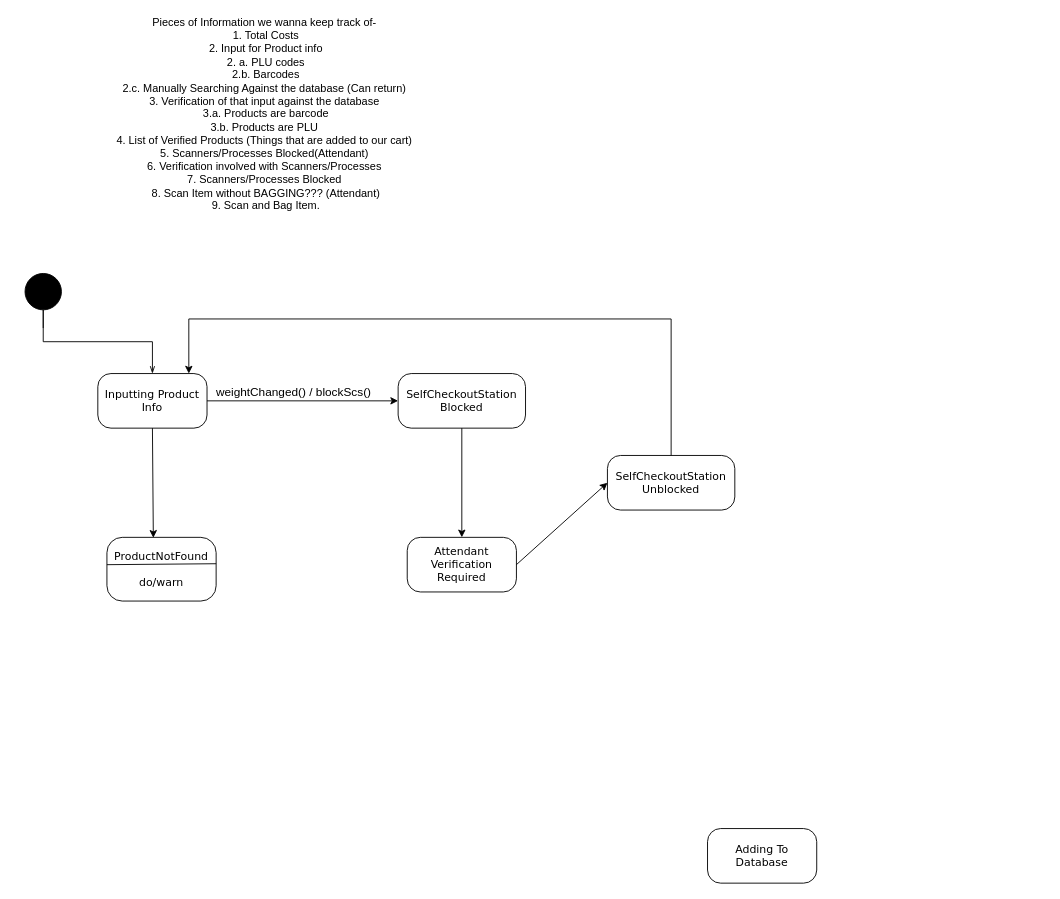
adam-25/Self-Checkout-System keeps this draw.io diagram as page "Scanning/Bagging" (2 of 3) of Diagrams/StateDiagrams/Untitled Diagram.drawio. Above is the earlier version. Source tidied: cells renumbered, new cells numbered last; positions are measured from the earlier drawing's top-left corner, leaving out a move shared by most shapes. Both pictures are drawn from the tidied source at 91%, with x=0, y=0 at pixel (15, 27).
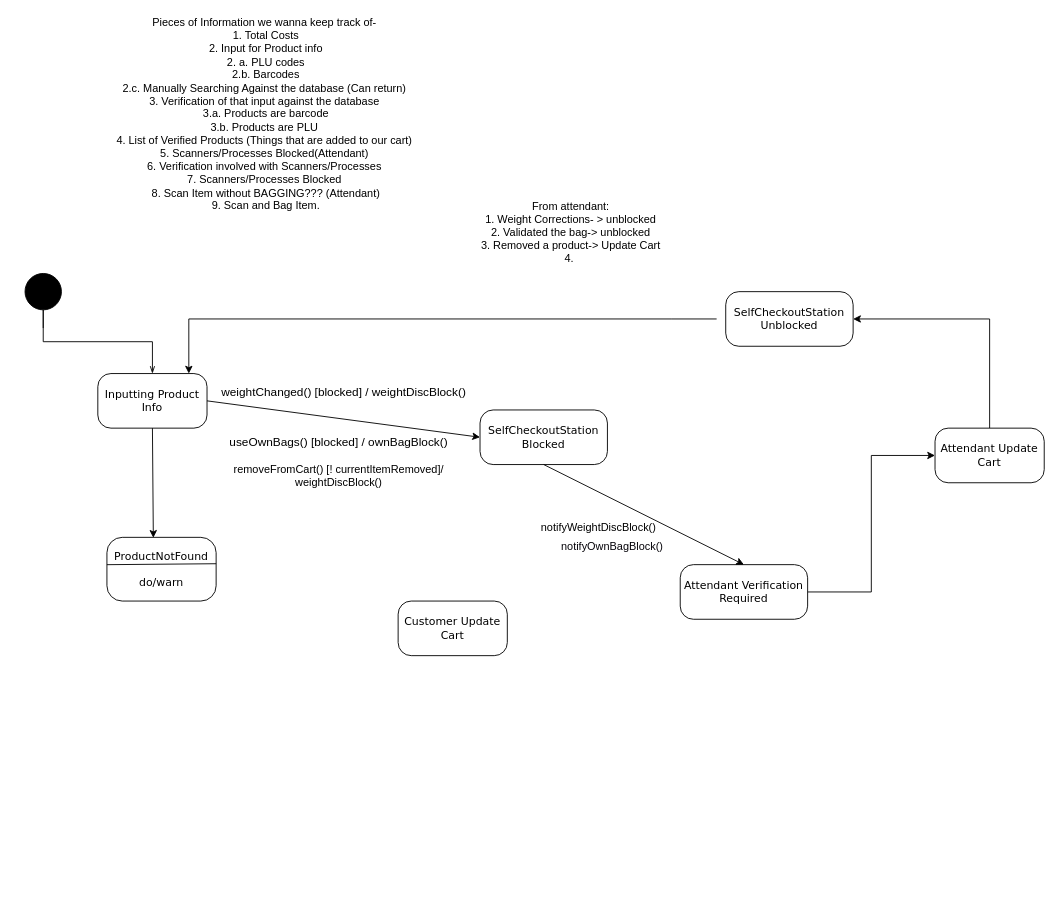
The same diagram, later.

What changed in the source:
```diff
@@
+    <mxCell id="18" style="edgeStyle=orthogonalEdgeStyle;rounded=0;jettySize=auto;html=1;exitX=0.5;exitY=0;exitDx=0;exitDy=0;entryX=1;entryY=0.5;entryDx=0;entryDy=0;fontColor=#06040A;" parent="1" edge="1" source="2" target="12">
+      <mxGeometry relative="1" as="geometry" />
+    </mxCell>
-    <mxCell id="2" value="Adding To Database" style="rounded=1;whiteSpace=wrap;html=1;arcSize=24;shadow=0;comic=0;labelBackgroundColor=none;fontFamily=Verdana;fontSize=12;align=center;" parent="1" vertex="1">
-      <mxGeometry x="760" y="880" width="120" height="60" as="geometry" />
+    <mxCell id="2" value="Attendant Update Cart" style="rounded=1;whiteSpace=wrap;html=1;arcSize=24;shadow=0;comic=0;labelBackgroundColor=none;fontFamily=Verdana;fontSize=12;align=center;" parent="1" vertex="1">
+      <mxGeometry x="1010" y="440" width="120" height="60" as="geometry" />
     </mxCell>
@@
     <mxCell id="4" value="SelfCheckoutStation Blocked" style="rounded=1;whiteSpace=wrap;html=1;arcSize=24;shadow=0;comic=0;labelBackgroundColor=none;fontFamily=Verdana;fontSize=12;align=center;" parent="1" vertex="1">
-      <mxGeometry x="420" y="380" width="140" height="60" as="geometry" />
+      <mxGeometry x="510" y="420" width="140" height="60" as="geometry" />
     </mxCell>
@@
+    <mxCell id="19" style="edgeStyle=orthogonalEdgeStyle;rounded=0;jettySize=auto;html=1;exitX=1;exitY=0.5;exitDx=0;exitDy=0;entryX=0;entryY=0.5;entryDx=0;entryDy=0;fontColor=#06040A;" parent="1" edge="1" source="11" target="2">
+      <mxGeometry relative="1" as="geometry" />
+    </mxCell>
     <mxCell id="11" value="Attendant Verification Required" style="rounded=1;whiteSpace=wrap;html=1;arcSize=24;shadow=0;comic=0;labelBackgroundColor=none;fontFamily=Verdana;fontSize=12;align=center;" parent="1" vertex="1">
-      <mxGeometry x="430" y="560" width="120" height="60" as="geometry" />
+      <mxGeometry x="730" y="590" width="140" height="60" as="geometry" />
     </mxCell>
     <mxCell id="12" value="SelfCheckoutStation Unblocked" style="rounded=1;whiteSpace=wrap;html=1;arcSize=24;shadow=0;comic=0;labelBackgroundColor=none;fontFamily=Verdana;fontSize=12;align=center;" parent="1" vertex="1">
-      <mxGeometry x="650" y="470" width="140" height="60" as="geometry" />
+      <mxGeometry x="780" y="290" width="140" height="60" as="geometry" />
     </mxCell>
@@
-    <mxCell id="15" style="endArrow=classic;html=1;rounded=0;fontSize=13;exitX=1;exitY=0.5;exitDx=0;exitDy=0;entryX=0;entryY=0.5;entryDx=0;entryDy=0;" parent="1" edge="1" source="11" target="12">
-      <mxGeometry relative="1" as="geometry" />
-    </mxCell>
-    <mxCell id="16" style="endArrow=classic;html=1;rounded=0;fontSize=13;" parent="1" edge="1" source="12">
+    <mxCell id="16" style="endArrow=classic;html=1;rounded=0;fontSize=13;" parent="1" edge="1">
       <mxGeometry relative="1" as="geometry">
+        <mxPoint x="770" y="320" as="sourcePoint" />
         <mxPoint x="190" y="380" as="targetPoint" />
         <Array as="points">
           <mxPoint x="720" y="320" />
           <mxPoint x="190" y="320" />
         </Array>
       </mxGeometry>
     </mxCell>
-    <mxCell id="17" value="weightChanged() / blockScs()" style="text;html=1;align=center;verticalAlign=middle;strokeColor=none;fillColor=none;fontSize=13;" parent="1" vertex="1">
-      <mxGeometry x="210" y="390" width="190" height="20" as="geometry" />
+    <mxCell id="17" value="weightChanged() [blocked] / weightDiscBlock()" style="text;html=1;align=center;verticalAlign=middle;strokeColor=none;fillColor=none;fontSize=13;" parent="1" vertex="1">
+      <mxGeometry x="220" y="390" width="280" height="20" as="geometry" />
     </mxCell>
+    <mxCell id="20" value="From attendant:&lt;br&gt;1. Weight Corrections- &amp;gt; unblocked&lt;br&gt;2. Validated the bag-&amp;gt; unblocked&lt;br&gt;3. Removed a product-&amp;gt; Update Cart&lt;br&gt;4.&amp;nbsp;" style="text;html=1;strokeColor=none;fillColor=none;align=center;verticalAlign=middle;whiteSpace=wrap;rounded=0;" parent="1" vertex="1">
+      <mxGeometry x="480" y="210" width="260" height="30" as="geometry" />
+    </mxCell>
+    <mxCell id="21" value="Customer Update Cart" style="rounded=1;whiteSpace=wrap;html=1;arcSize=24;shadow=0;comic=0;labelBackgroundColor=none;fontFamily=Verdana;fontSize=12;align=center;" parent="1" vertex="1">
+      <mxGeometry x="420" y="630" width="120" height="60" as="geometry" />
+    </mxCell>
+    <mxCell id="22" value="&lt;div&gt;&lt;span style=&quot;font-size: 13px&quot;&gt;useOwnBags() [blocked] / ownBagBlock()&lt;/span&gt;&lt;/div&gt;" style="text;html=1;strokeColor=none;fillColor=none;align=center;verticalAlign=middle;whiteSpace=wrap;rounded=0;" parent="1" vertex="1">
+      <mxGeometry x="220" y="440" width="270" height="30" as="geometry" />
+    </mxCell>
+    <mxCell id="23" value="removeFromCart() [! currentItemRemoved]/&lt;br&gt;weightDiscBlock()&lt;br&gt;&amp;nbsp;" style="text;html=1;strokeColor=none;fillColor=none;align=center;verticalAlign=middle;whiteSpace=wrap;rounded=0;" parent="1" vertex="1">
+      <mxGeometry x="230" y="480" width="250" height="40" as="geometry" />
+    </mxCell>
+    <mxCell id="24" value="&lt;span style=&quot;font-family: , , &amp;#34;sf mono&amp;#34; , &amp;#34;menlo&amp;#34; , &amp;#34;consolas&amp;#34; , &amp;#34;liberation mono&amp;#34; , monospace ; background-color: rgb(255 , 255 , 255)&quot;&gt;notifyWeightDiscBlock()&lt;/span&gt;" style="text;html=1;align=center;verticalAlign=middle;strokeColor=none;fillColor=none;" parent="1" vertex="1">
+      <mxGeometry x="570" y="540" width="140" height="20" as="geometry" />
+    </mxCell>
+    <mxCell id="25" value="&lt;span style=&quot;font-family: , , &amp;#34;sf mono&amp;#34; , &amp;#34;menlo&amp;#34; , &amp;#34;consolas&amp;#34; , &amp;#34;liberation mono&amp;#34; , monospace ; background-color: rgb(255 , 255 , 255)&quot;&gt;&lt;font color=&quot;#06040a&quot;&gt;notifyOwnBagBlock()&lt;/font&gt;&lt;/span&gt;" style="text;html=1;align=center;verticalAlign=middle;strokeColor=none;fillColor=none;" parent="1" vertex="1">
+      <mxGeometry x="590" y="560" width="130" height="20" as="geometry" />
+    </mxCell>
```
